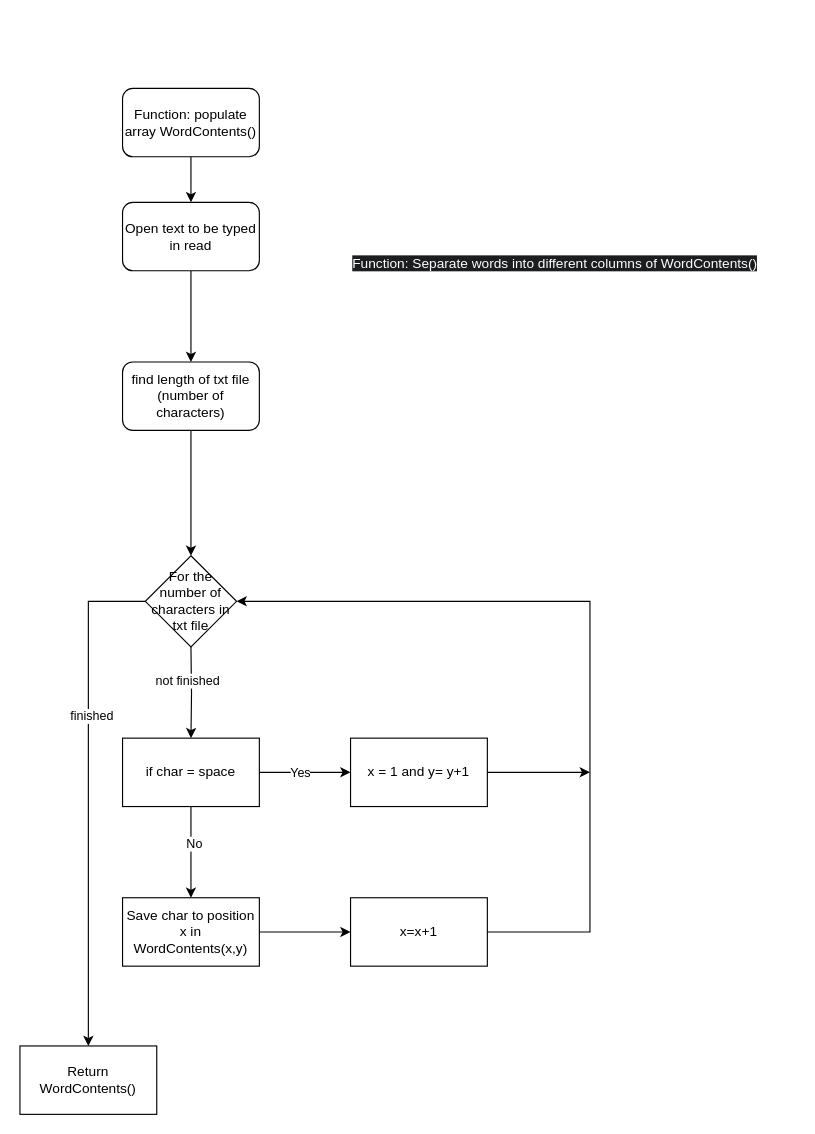
Earlier version of the draw.io diagram CW2 Seperate Words into WordContents.drawio (EBlagdon/MMME3085-Coursework-2). Source tidied: cells renumbered, new cells numbered last; positions are measured from the earlier drawing's top-left corner, leaving out a move shared by most shapes. Both pictures are drawn from the tidied source at 114%, with x=0, y=0 at pixel (19, 88).
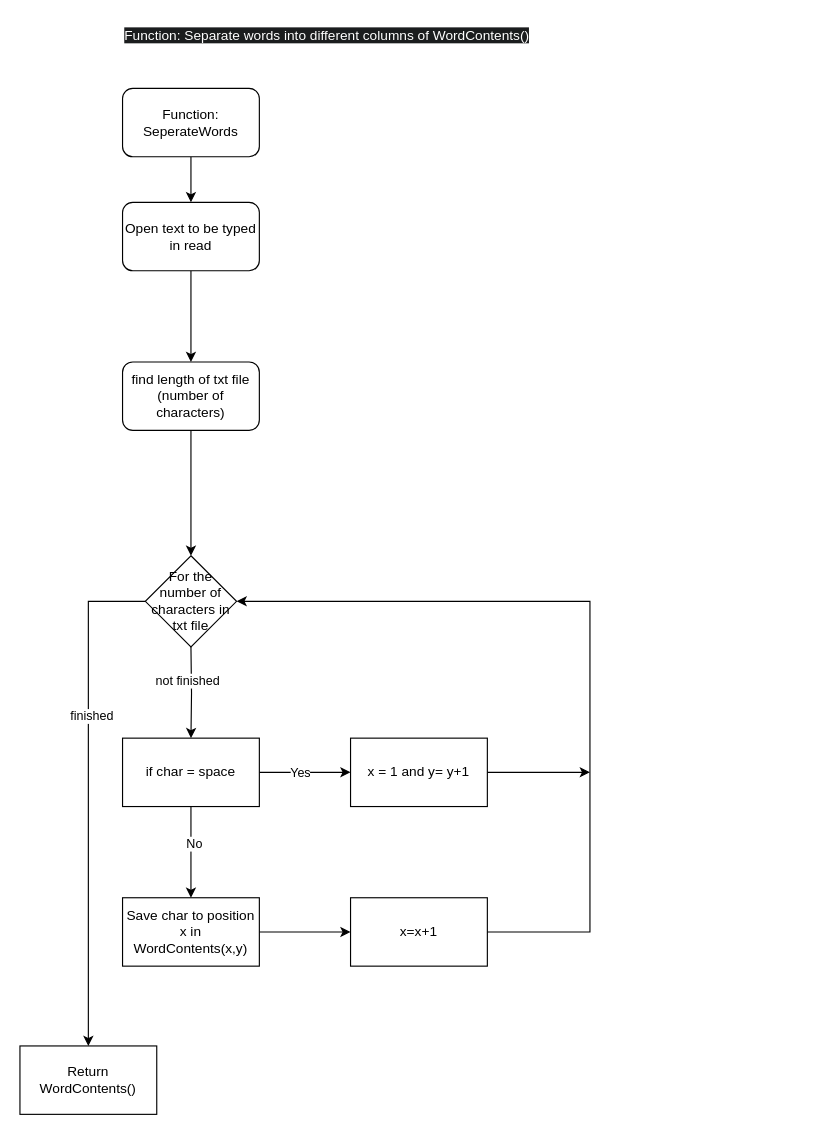
The same page after the edit.

Diff of the diagram source:
```diff
@@
     <mxCell id="2" value="&lt;span style=&quot;color: rgb(255, 255, 255); font-family: Helvetica; font-size: 12px; font-style: normal; font-variant-ligatures: normal; font-variant-caps: normal; font-weight: 400; letter-spacing: normal; orphans: 2; text-align: center; text-indent: 0px; text-transform: none; widows: 2; word-spacing: 0px; -webkit-text-stroke-width: 0px; white-space: normal; background-color: rgb(27, 29, 30); text-decoration-thickness: initial; text-decoration-style: initial; text-decoration-color: initial; float: none; display: inline !important;&quot;&gt;Function: Separate words into different columns of WordContents()&lt;/span&gt;" style="text;whiteSpace=wrap;html=1;" parent="1" vertex="1">
-      <mxGeometry x="290" y="140" width="390" height="40" as="geometry" />
+      <mxGeometry x="90" y="-60" width="390" height="40" as="geometry" />
     </mxCell>
@@
-    <mxCell id="18" value="Function: populate array WordContents()" style="rounded=1;whiteSpace=wrap;html=1;" parent="1" vertex="1">
+    <mxCell id="18" value="Function: SeperateWords" style="rounded=1;whiteSpace=wrap;html=1;" parent="1" vertex="1">
       <mxGeometry x="90" width="120" height="60" as="geometry" />
     </mxCell>
```
